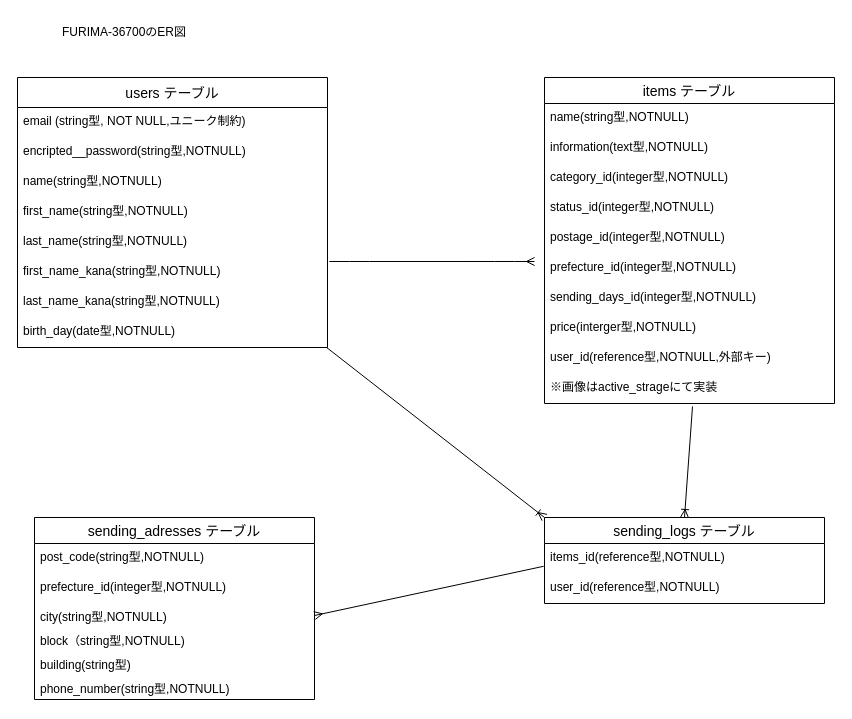
Earlier version of the draw.io diagram datebase.dio (Takucap10/furima-36700). Source tidied: cells renumbered, new cells numbered last; positions are measured from the earlier drawing's top-left corner, leaving out a move shared by most shapes. Both pictures are drawn from the tidied source at 100%, with x=0, y=0 at pixel (17, 17).
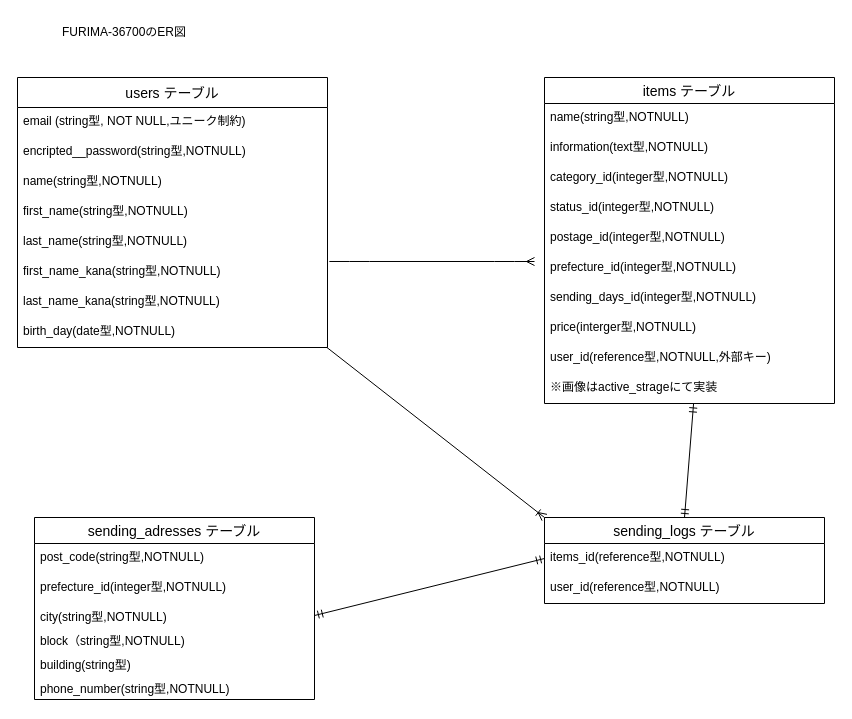
After the change.

Commit message (it also covers changes not shown here):
データベース　アソシエーション見直し

Unchanged cells that the change refers to:
```xml
<mxCell id="10" value="birth_day(date型,NOTNULL)" style="text;strokeColor=none;fillColor=none;spacingLeft=4;spacingRight=4;overflow=hidden;points=[[0,0.5],[1,0.5]];portConstraint=eastwest;fontSize=12;" parent="2" vertex="1">
  <mxGeometry y="240" width="310" height="30" as="geometry" />
</mxCell>
<mxCell id="22" value="※画像はactive_strageにて実装" style="text;strokeColor=none;fillColor=none;spacingLeft=4;spacingRight=4;overflow=hidden;points=[[0,0.5],[1,0.5]];portConstraint=eastwest;fontSize=12;" parent="12" vertex="1">
  <mxGeometry y="296" width="290" height="30" as="geometry" />
</mxCell>
<mxCell id="26" value="city(string型,NOTNULL)" style="text;strokeColor=none;fillColor=none;spacingLeft=4;spacingRight=4;overflow=hidden;points=[[0,0.5],[1,0.5]];portConstraint=eastwest;fontSize=12;" parent="23" vertex="1">
  <mxGeometry y="86" width="280" height="24" as="geometry" />
</mxCell>
<mxCell id="31" value="sending_logs テーブル" style="swimlane;fontStyle=0;horizontal=1;startSize=26;align=center;fontSize=14;" parent="1" vertex="1">
  <mxGeometry x="527" y="500" width="280" height="86" as="geometry" />
</mxCell>
<mxCell id="32" value="items_id(reference型,NOTNULL)" style="text;strokeColor=none;fillColor=none;spacingLeft=4;spacingRight=4;overflow=hidden;points=[[0,0.5],[1,0.5]];portConstraint=eastwest;fontSize=12;" parent="31" vertex="1">
  <mxGeometry y="26" width="280" height="30" as="geometry" />
</mxCell>
```

The edit, as a diff of the source:
```diff
@@
+    <mxCell id="36" style="fontSize=12;html=1;endArrow=ERmandOne;startArrow=ERmandOne;entryX=1;entryY=0.5;entryDx=0;entryDy=0;exitX=0;exitY=0.5;exitDx=0;exitDy=0;" parent="1" edge="1" source="32" target="26">
+      <mxGeometry relative="1" as="geometry" />
+    </mxCell>
+    <mxCell id="37" style="fontSize=12;html=1;endArrow=ERmandOne;startArrow=ERmandOne;entryX=0.514;entryY=1.014;entryDx=0;entryDy=0;entryPerimeter=0;exitX=0.5;exitY=0;exitDx=0;exitDy=0;" parent="1" edge="1" source="31" target="22">
+      <mxGeometry relative="1" as="geometry" />
+    </mxCell>
-    <mxCell id="34" style="fontSize=12;html=1;endArrow=ERoneToMany;entryX=0;entryY=0;entryDx=0;entryDy=0;exitX=0.997;exitY=0.998;exitDx=0;exitDy=0;exitPerimeter=0;" parent="1" edge="1" source="10" target="31">
+    <mxCell id="34" style="fontSize=12;html=1;endArrow=ERoneToMany;entryX=0;entryY=0;entryDx=0;entryDy=0;exitX=0.998;exitY=0.998;exitDx=0;exitDy=0;exitPerimeter=0;" parent="1" edge="1" source="10" target="31">
       <mxGeometry relative="1" as="geometry" />
     </mxCell>
-    <mxCell id="35" style="fontSize=12;html=1;endArrow=ERoneToMany;entryX=0.5;entryY=0;entryDx=0;entryDy=0;" parent="1" edge="1" target="31">
-      <mxGeometry relative="1" as="geometry">
-        <mxPoint x="675" y="389" as="sourcePoint" />
-      </mxGeometry>
-    </mxCell>
-    <mxCell id="36" style="fontSize=12;html=1;endArrow=ERmany;entryX=1;entryY=0.5;entryDx=0;entryDy=0;exitX=-0.003;exitY=0.759;exitDx=0;exitDy=0;exitPerimeter=0;" parent="1" edge="1" source="32" target="26">
-      <mxGeometry relative="1" as="geometry" />
-    </mxCell>
```
